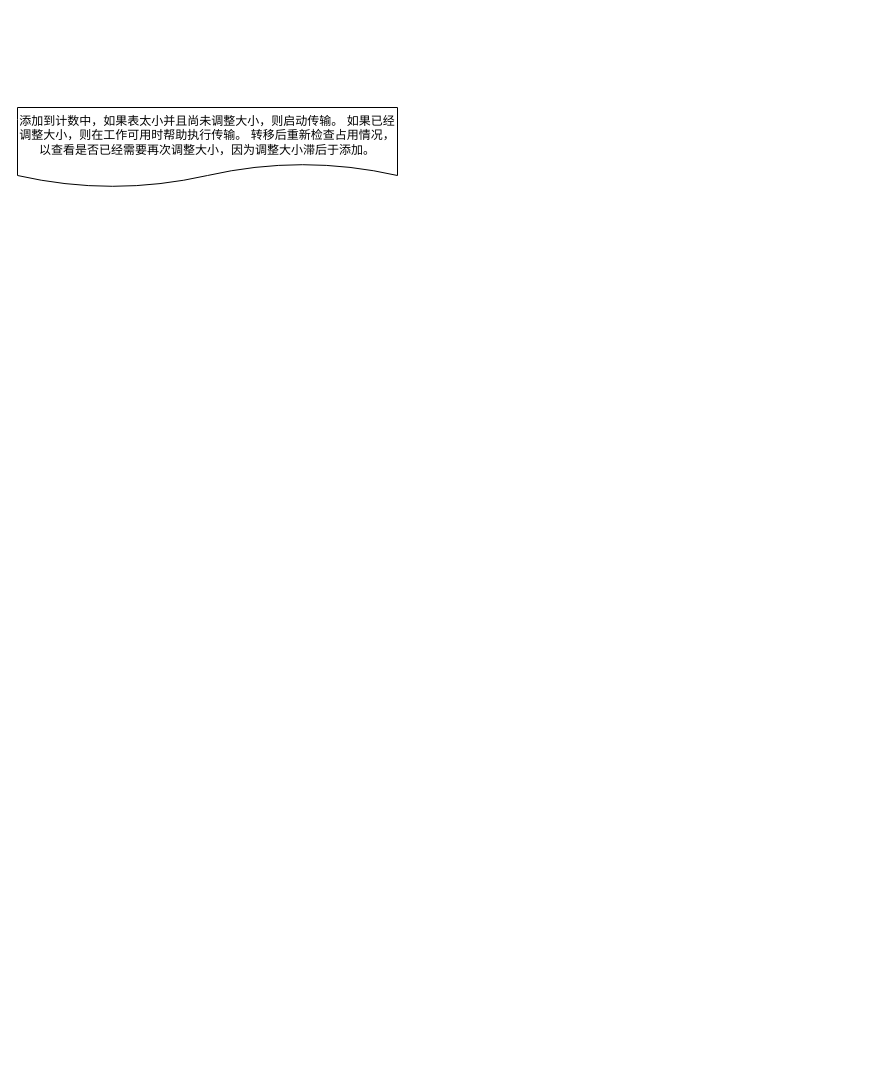
Above: page "addCount" (4 of 4) of graphics/ConcurrentHashMap.drawio in xiaomingcong/learnAlgorithm (draw.io), before the change. Source tidied: cells renumbered, new cells numbered last; positions are measured from the earlier drawing's top-left corner, leaving out a move shared by most shapes. Both pictures are drawn from the tidied source at 100%, with x=0, y=0 at pixel (17, 107).
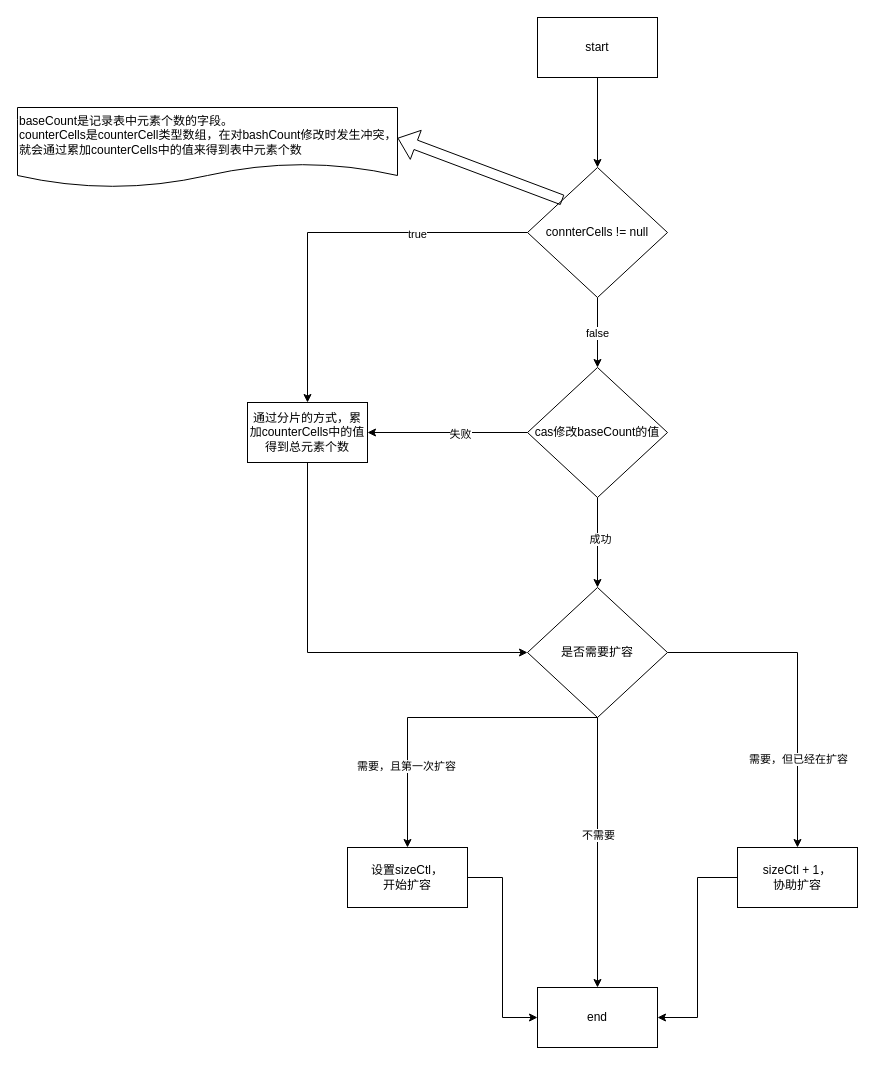
Above is the later version.

Diff of the diagram source:
```diff
@@
-    <mxCell id="2" value="添加到计数中，如果表太小并且尚未调整大小，则启动传输。 如果已经调整大小，则在工作可用时帮助执行传输。 转移后重新检查占用情况，以查看是否已经需要再次调整大小，因为调整大小滞后于添加。" style="shape=document;whiteSpace=wrap;html=1;boundedLbl=1;fontColor=#000000;" parent="1" vertex="1">
+    <mxCell id="2" value="&lt;div style=&quot;&quot;&gt;&lt;span style=&quot;background-color: initial;&quot;&gt;baseCount是记录表中元素个数的字段。&lt;/span&gt;&lt;/div&gt;counterCells是counterCell类型数组，在对bashCount修改时发生冲突，就会通过累加counterCells中的值来得到表中元素个数" style="shape=document;whiteSpace=wrap;html=1;boundedLbl=1;fontColor=#000000;align=left;" parent="1" vertex="1">
       <mxGeometry width="380" height="80" as="geometry" />
     </mxCell>
+    <mxCell id="3" style="edgeStyle=orthogonalEdgeStyle;rounded=0;jettySize=auto;html=1;fontColor=#000000;" parent="1" edge="1" source="4" target="9">
+      <mxGeometry relative="1" as="geometry" />
+    </mxCell>
+    <mxCell id="4" value="start" style="whiteSpace=wrap;html=1;fontColor=#000000;" parent="1" vertex="1">
+      <mxGeometry x="520" y="-90" width="120" height="60" as="geometry" />
+    </mxCell>
+    <mxCell id="5" style="edgeStyle=orthogonalEdgeStyle;rounded=0;jettySize=auto;html=1;fontColor=#000000;" parent="1" edge="1" source="9" target="15">
+      <mxGeometry relative="1" as="geometry" />
+    </mxCell>
+    <mxCell id="6" value="false" style="edgeLabel;html=1;align=center;verticalAlign=middle;fontColor=#000000;" parent="5" vertex="1">
+      <mxGeometry y="-1" relative="1" as="geometry" />
+    </mxCell>
+    <mxCell id="7" style="edgeStyle=orthogonalEdgeStyle;rounded=0;jettySize=auto;html=1;entryX=0.5;entryY=0;entryDx=0;entryDy=0;fontColor=#000000;" parent="1" edge="1" source="9" target="17">
+      <mxGeometry relative="1" as="geometry" />
+    </mxCell>
+    <mxCell id="8" value="true" style="edgeLabel;html=1;align=center;verticalAlign=middle;fontColor=#000000;" parent="7" vertex="1">
+      <mxGeometry x="-0.43" y="1" relative="1" as="geometry" />
+    </mxCell>
+    <mxCell id="9" value="connterCells != null" style="rhombus;whiteSpace=wrap;html=1;fontFamily=Helvetica;fontSize=12;fontColor=default;" parent="1" vertex="1">
+      <mxGeometry x="510" y="60" width="140" height="130" as="geometry" />
+    </mxCell>
+    <mxCell id="10" style="shape=flexArrow;endArrow=classic;html=1;rounded=0;fontColor=#000000;entryX=1;entryY=0.381;entryDx=0;entryDy=0;entryPerimeter=0;exitX=0;exitY=0;exitDx=0;exitDy=0;" parent="1" edge="1" source="9" target="2">
+      <mxGeometry relative="1" as="geometry" />
+    </mxCell>
+    <mxCell id="11" style="edgeStyle=orthogonalEdgeStyle;rounded=0;jettySize=auto;html=1;entryX=1;entryY=0.5;entryDx=0;entryDy=0;fontColor=#000000;" parent="1" edge="1" source="15" target="17">
+      <mxGeometry relative="1" as="geometry" />
+    </mxCell>
+    <mxCell id="12" value="失败" style="edgeLabel;html=1;align=center;verticalAlign=middle;fontColor=#000000;" parent="11" vertex="1">
+      <mxGeometry x="-0.15" y="1" relative="1" as="geometry" />
+    </mxCell>
+    <mxCell id="13" style="edgeStyle=orthogonalEdgeStyle;rounded=0;jettySize=auto;html=1;entryX=0.5;entryY=0;entryDx=0;entryDy=0;fontColor=#000000;" parent="1" edge="1" source="15" target="24">
+      <mxGeometry relative="1" as="geometry" />
+    </mxCell>
+    <mxCell id="14" value="成功" style="edgeLabel;html=1;align=center;verticalAlign=middle;fontColor=#000000;" parent="13" vertex="1">
+      <mxGeometry x="-0.1" y="2" relative="1" as="geometry" />
+    </mxCell>
+    <mxCell id="15" value="cas修改baseCount的值" style="rhombus;whiteSpace=wrap;html=1;fontFamily=Helvetica;fontSize=12;fontColor=default;" parent="1" vertex="1">
+      <mxGeometry x="510" y="260" width="140" height="130" as="geometry" />
+    </mxCell>
+    <mxCell id="16" style="edgeStyle=orthogonalEdgeStyle;rounded=0;jettySize=auto;html=1;entryX=0;entryY=0.5;entryDx=0;entryDy=0;fontColor=#000000;" parent="1" edge="1" source="17" target="24">
+      <mxGeometry relative="1" as="geometry">
+        <Array as="points">
+          <mxPoint x="290" y="545" />
+        </Array>
+      </mxGeometry>
+    </mxCell>
+    <mxCell id="17" value="通过分片的方式，累加counterCells中的值得到总元素个数" style="whiteSpace=wrap;html=1;fontColor=#000000;" parent="1" vertex="1">
+      <mxGeometry x="230" y="295" width="120" height="60" as="geometry" />
+    </mxCell>
+    <mxCell id="18" style="edgeStyle=orthogonalEdgeStyle;rounded=0;jettySize=auto;html=1;entryX=0.5;entryY=0;entryDx=0;entryDy=0;fontColor=#000000;" parent="1" edge="1" source="24" target="26">
+      <mxGeometry relative="1" as="geometry">
+        <Array as="points">
+          <mxPoint x="390" y="610" />
+        </Array>
+      </mxGeometry>
+    </mxCell>
+    <mxCell id="19" value="需要，且第一次扩容" style="edgeLabel;html=1;align=center;verticalAlign=middle;fontColor=#000000;" parent="18" vertex="1">
+      <mxGeometry x="0.49" y="-2" relative="1" as="geometry" />
+    </mxCell>
+    <mxCell id="20" style="edgeStyle=orthogonalEdgeStyle;rounded=0;jettySize=auto;html=1;fontColor=#000000;entryX=0.5;entryY=0;entryDx=0;entryDy=0;" parent="1" edge="1" source="24" target="28">
+      <mxGeometry relative="1" as="geometry" />
+    </mxCell>
+    <mxCell id="21" value="需要，但已经在扩容" style="edgeLabel;html=1;align=center;verticalAlign=middle;fontColor=#000000;" parent="20" vertex="1">
+      <mxGeometry x="0.45" relative="1" as="geometry" />
+    </mxCell>
+    <mxCell id="22" style="edgeStyle=orthogonalEdgeStyle;rounded=0;jettySize=auto;html=1;fontColor=#000000;entryX=0.5;entryY=0;entryDx=0;entryDy=0;" parent="1" edge="1" source="24" target="29">
+      <mxGeometry relative="1" as="geometry" />
+    </mxCell>
+    <mxCell id="23" value="不需要" style="edgeLabel;html=1;align=center;verticalAlign=middle;fontColor=#000000;" parent="22" vertex="1">
+      <mxGeometry x="-0.13" relative="1" as="geometry" />
+    </mxCell>
+    <mxCell id="24" value="是否需要扩容" style="rhombus;whiteSpace=wrap;html=1;fontFamily=Helvetica;fontSize=12;fontColor=default;" parent="1" vertex="1">
+      <mxGeometry x="510" y="480" width="140" height="130" as="geometry" />
+    </mxCell>
+    <mxCell id="25" style="edgeStyle=orthogonalEdgeStyle;rounded=0;jettySize=auto;html=1;entryX=0;entryY=0.5;entryDx=0;entryDy=0;fontColor=#000000;" parent="1" edge="1" source="26" target="29">
+      <mxGeometry relative="1" as="geometry" />
+    </mxCell>
+    <mxCell id="26" value="设置sizeCtl，&lt;br&gt;开始扩容" style="whiteSpace=wrap;html=1;fontColor=#000000;" parent="1" vertex="1">
+      <mxGeometry x="330" y="740" width="120" height="60" as="geometry" />
+    </mxCell>
+    <mxCell id="27" style="edgeStyle=orthogonalEdgeStyle;rounded=0;jettySize=auto;html=1;entryX=1;entryY=0.5;entryDx=0;entryDy=0;fontColor=#000000;" parent="1" edge="1" source="28" target="29">
+      <mxGeometry relative="1" as="geometry" />
+    </mxCell>
+    <mxCell id="28" value="sizeCtl + 1，&lt;br&gt;协助扩容" style="whiteSpace=wrap;html=1;fontColor=#000000;" parent="1" vertex="1">
+      <mxGeometry x="720" y="740" width="120" height="60" as="geometry" />
+    </mxCell>
+    <mxCell id="29" value="end" style="whiteSpace=wrap;html=1;fontColor=#000000;" parent="1" vertex="1">
+      <mxGeometry x="520" y="880" width="120" height="60" as="geometry" />
+    </mxCell>
```
